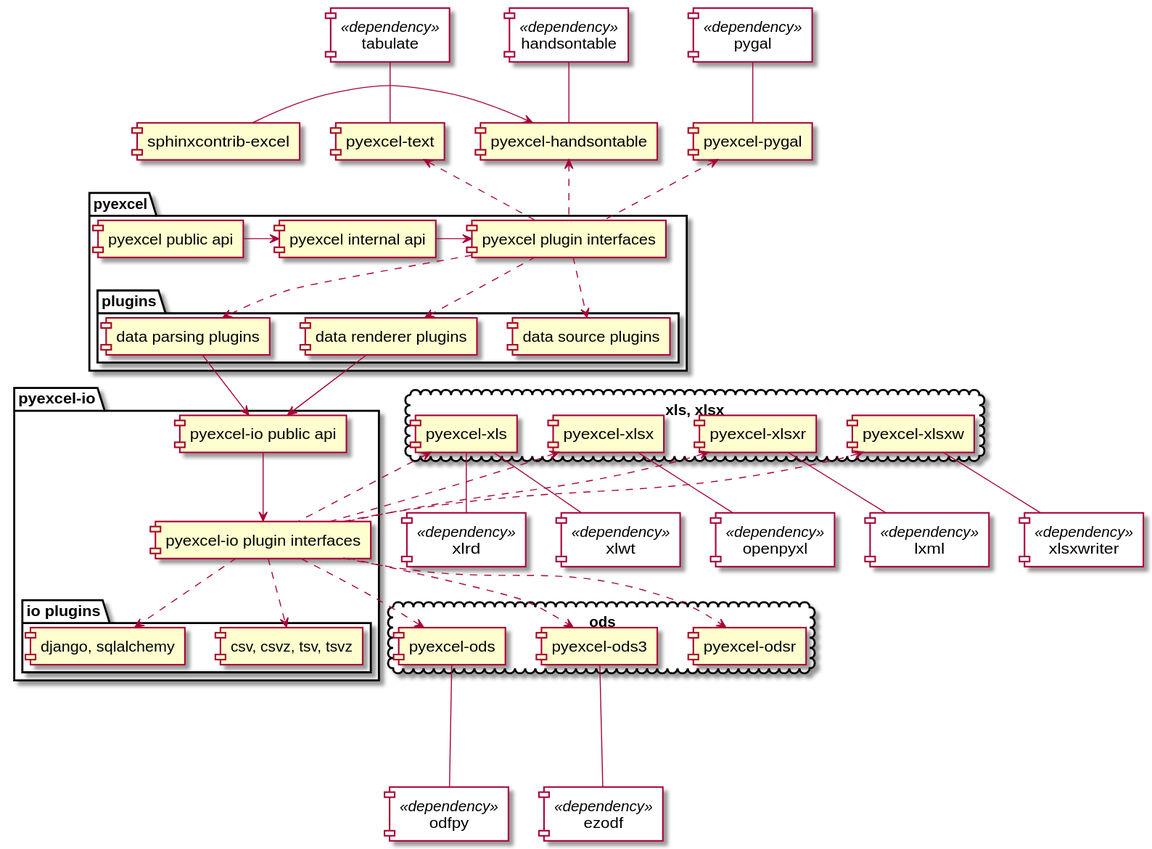
pyexcel/pyexcel keeps this PlantUML diagram as docs/source/_static/images/architecture.svg. Above is the earlier version.
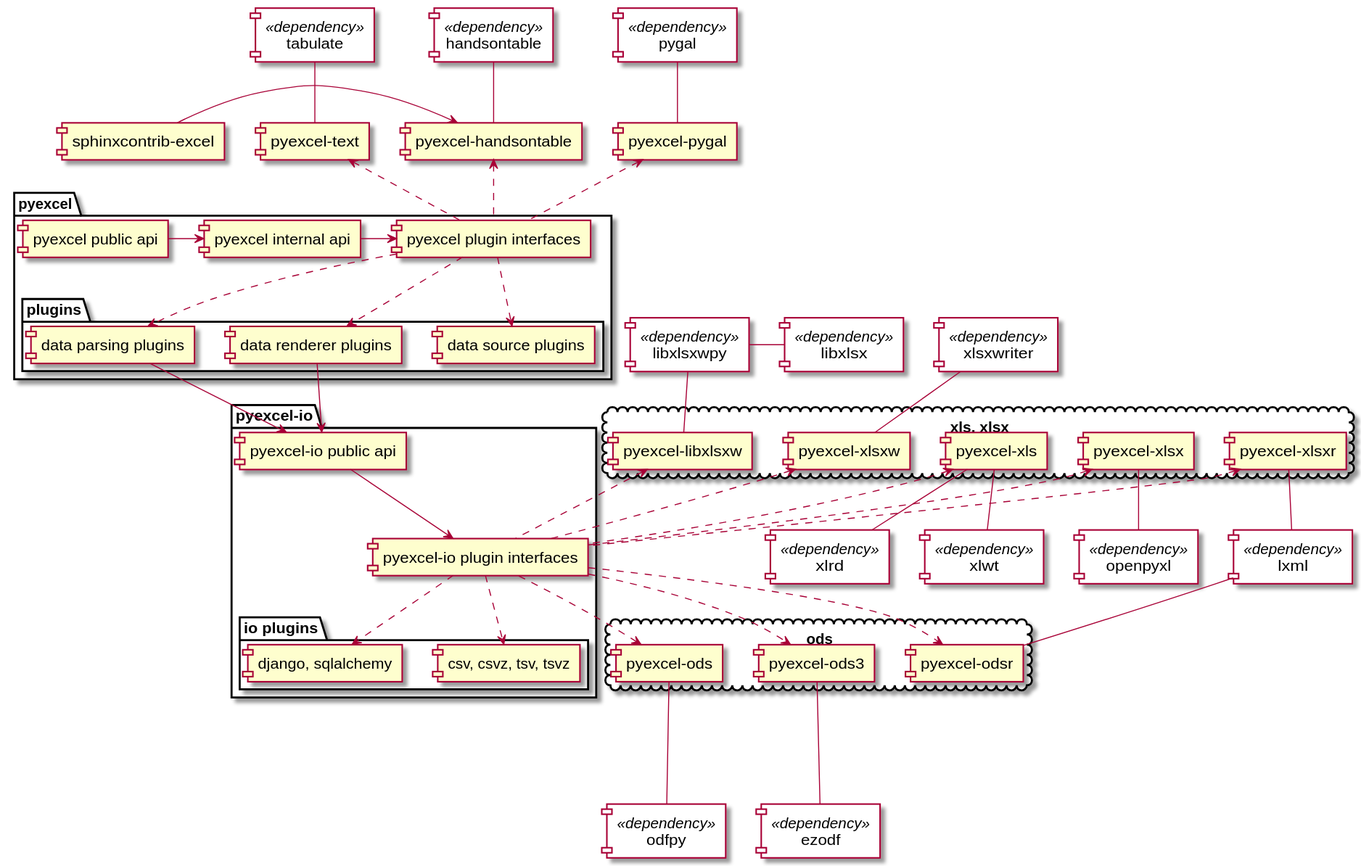
After the change.

The edit, as a diff of the source:
```diff
@@ -30,6 +30,7 @@
 [pyexcel-xls]
 [pyexcel-xlsx]
 [pyexcel-xlsxw]
+[pyexcel-libxlsxw]
 [pyexcel-xlsxr]
 }
 
@@ -43,6 +44,8 @@
 [ezodf] <<dependency>>
 [odfpy] <<dependency>>
 [lxml] <<dependency>>
+[libxlsxwpy] <<dependency>>
+[libxlsx] <<dependency>>
 
 [pyexcel public api] -right-> [pyexcel internal api]
 [pyexcel internal api] -right-> [pyexcel plugin interfaces]
@@ -60,12 +63,14 @@
 [pyexcel-io plugin interfaces] ..> [csv, csvz, tsv, tsvz]
 [pyexcel-io plugin interfaces] ..> [django, sqlalchemy]
 [pyexcel-io plugin interfaces] .up.> [pyexcel-xls]
+[pyexcel-io plugin interfaces] .up.> [pyexcel-xlsxw]
+[pyexcel-io plugin interfaces] .up.> [pyexcel-libxlsxw]
 [pyexcel-io plugin interfaces] .up.> [pyexcel-xlsx]
 [pyexcel-io plugin interfaces] .up.> [pyexcel-xlsxr]
 [pyexcel-io plugin interfaces] .left.> [pyexcel-ods]
 [pyexcel-io plugin interfaces] .right.> [pyexcel-ods3]
-[pyexcel-io plugin interfaces] .right.> [pyexcel-xlsxw]
 [pyexcel-io plugin interfaces] .right.> [pyexcel-odsr]
+
 
 [pyexcel-text] -up- [tabulate]
 [pyexcel-pygal] -up- [pygal]
@@ -73,11 +78,14 @@
 [pyexcel-xls] -right- [xlrd]
 [pyexcel-xls] -right- [xlwt]
 [pyexcel-xlsx] -right- [openpyxl]
-[pyexcel-xlsxw] -down- [xlsxwriter]
+[pyexcel-xlsxw] -up- [xlsxwriter]
 [pyexcel-ods3] --- [ezodf]
 [pyexcel-ods] --- [odfpy]
+[pyexcel-odsr] -up- [lxml]
 [pyexcel-xlsxr] -right- [lxml]
 [sphinxcontrib-excel] -right-> [pyexcel-handsontable]
+[pyexcel-libxlsxw] -up- [libxlsxwpy]
+[libxlsxwpy] -right- [libxlsx]
 
 skinparam component{
 
```
